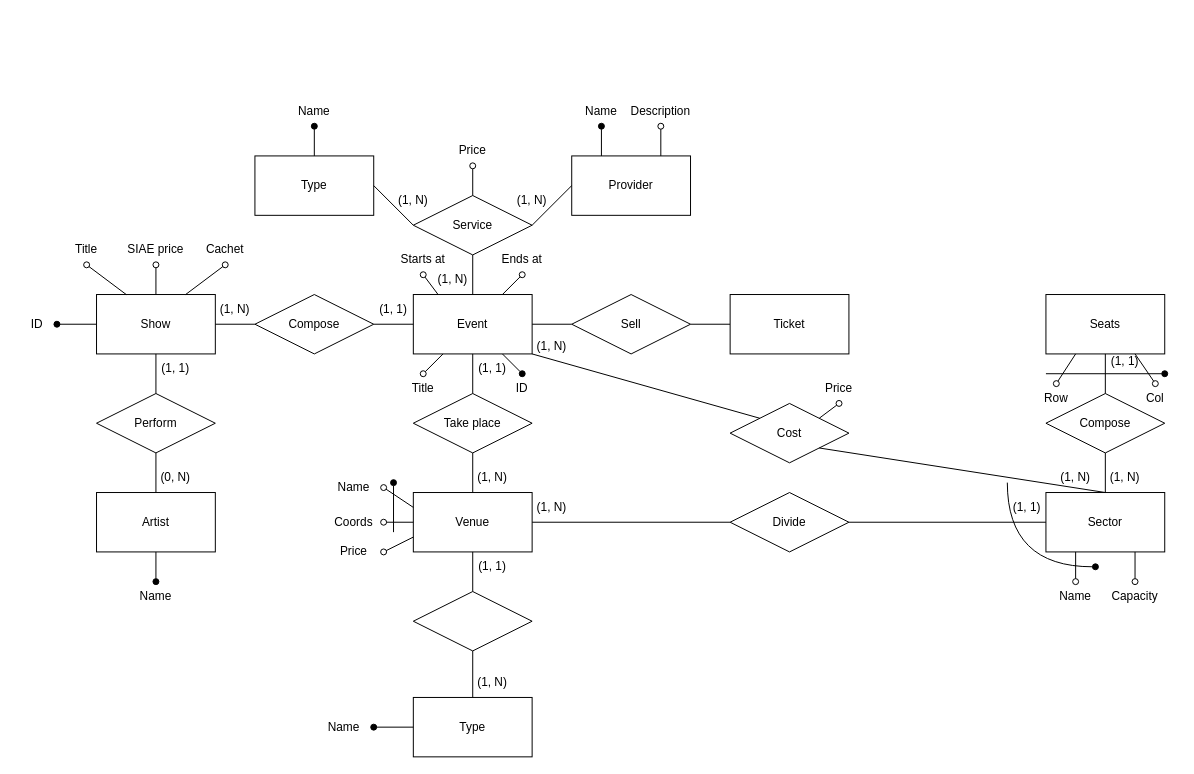
This is ERLuogo.drawio from lucat1/unibo_90107_progetto, a draw.io file, before an edit. Source tidied: cells renumbered, new cells numbered last; positions are measured from the earlier drawing's top-left corner, leaving out a move shared by most shapes. Both pictures are drawn from the tidied source at 99%, with x=0, y=0 at pixel (17, 96).
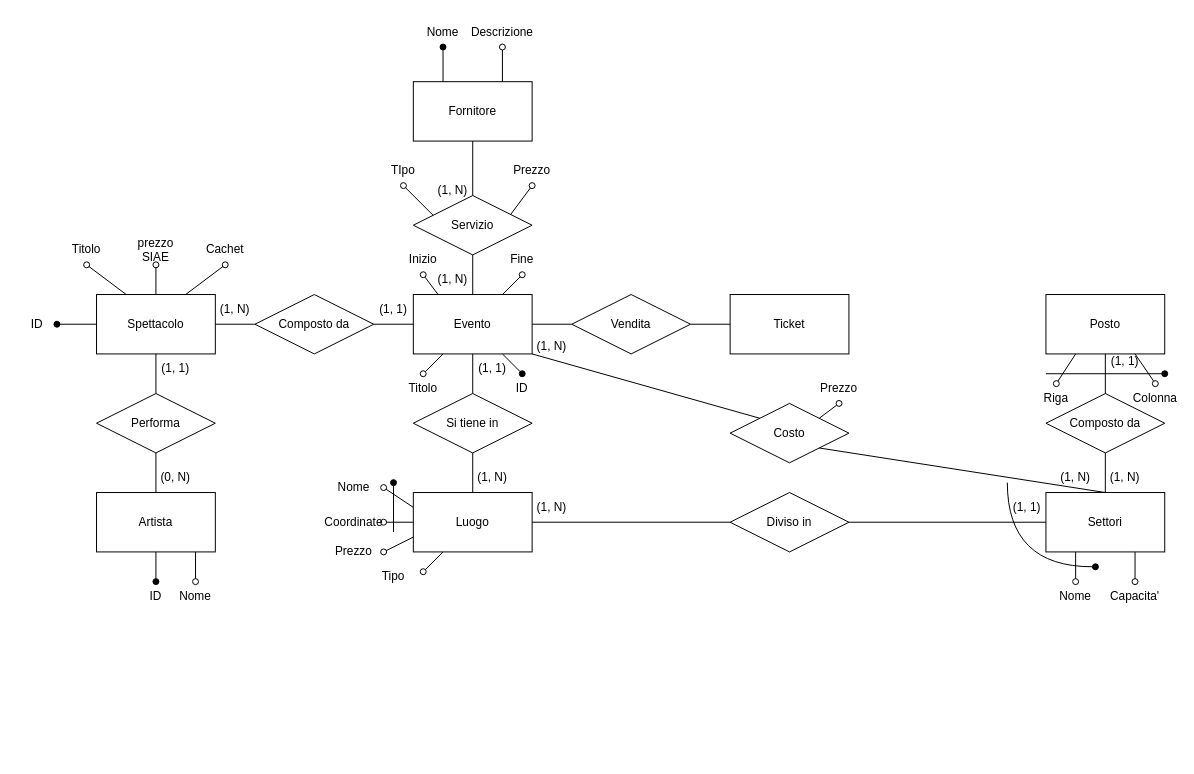
Above is the later version.

Change to the diagram source:
```diff
@@
-    <mxCell id="2" value="Event" style="rounded=0;whiteSpace=wrap;html=1;" parent="1" vertex="1">
+    <mxCell id="2" value="Evento" style="rounded=0;whiteSpace=wrap;html=1;" parent="1" vertex="1">
       <mxGeometry x="400" y="200" width="120" height="60" as="geometry" />
     </mxCell>
-    <mxCell id="3" value="&lt;div&gt;Show&lt;/div&gt;" style="rounded=0;whiteSpace=wrap;html=1;" parent="1" vertex="1">
+    <mxCell id="3" value="&lt;div&gt;Spettacolo&lt;/div&gt;" style="rounded=0;whiteSpace=wrap;html=1;" parent="1" vertex="1">
       <mxGeometry x="80" y="200" width="120" height="60" as="geometry" />
     </mxCell>
-    <mxCell id="4" value="&lt;div&gt;Artist&lt;/div&gt;" style="rounded=0;whiteSpace=wrap;html=1;" parent="1" vertex="1">
+    <mxCell id="4" value="&lt;div&gt;Artista&lt;/div&gt;" style="rounded=0;whiteSpace=wrap;html=1;" parent="1" vertex="1">
       <mxGeometry x="80" y="400" width="120" height="60" as="geometry" />
     </mxCell>
-    <mxCell id="5" value="Compose" style="rhombus;whiteSpace=wrap;html=1;" parent="1" vertex="1">
+    <mxCell id="5" value="Composto da" style="rhombus;whiteSpace=wrap;html=1;" parent="1" vertex="1">
       <mxGeometry x="240" y="200" width="120" height="60" as="geometry" />
     </mxCell>
-    <mxCell id="6" value="Perform" style="rhombus;whiteSpace=wrap;html=1;" parent="1" vertex="1">
+    <mxCell id="6" value="Performa" style="rhombus;whiteSpace=wrap;html=1;" parent="1" vertex="1">
       <mxGeometry x="80" y="300" width="120" height="60" as="geometry" />
     </mxCell>
@@
-    <mxCell id="13" value="Title" style="text;html=1;strokeColor=none;fillColor=none;align=center;verticalAlign=middle;whiteSpace=wrap;rounded=0;" parent="1" vertex="1">
+    <mxCell id="13" value="Titolo" style="text;html=1;strokeColor=none;fillColor=none;align=center;verticalAlign=middle;whiteSpace=wrap;rounded=0;" parent="1" vertex="1">
       <mxGeometry x="40" y="140" width="60" height="30" as="geometry" />
     </mxCell>
@@
-    <mxCell id="15" value="SIAE price" style="text;html=1;strokeColor=none;fillColor=none;align=center;verticalAlign=middle;whiteSpace=wrap;rounded=0;" parent="1" vertex="1">
+    <mxCell id="15" value="prezzo SIAE" style="text;html=1;strokeColor=none;fillColor=none;align=center;verticalAlign=middle;whiteSpace=wrap;rounded=0;" parent="1" vertex="1">
       <mxGeometry x="110" y="140" width="60" height="30" as="geometry" />
     </mxCell>
@@
-    <mxCell id="19" value="Name" style="text;html=1;strokeColor=none;fillColor=none;align=center;verticalAlign=middle;whiteSpace=wrap;rounded=0;" parent="1" vertex="1">
+    <mxCell id="19" value="ID" style="text;html=1;strokeColor=none;fillColor=none;align=center;verticalAlign=middle;whiteSpace=wrap;rounded=0;" parent="1" vertex="1">
       <mxGeometry x="110" y="490" width="60" height="30" as="geometry" />
     </mxCell>
@@
-    <mxCell id="23" value="Title" style="text;html=1;strokeColor=none;fillColor=none;align=center;verticalAlign=middle;whiteSpace=wrap;rounded=0;" parent="1" vertex="1">
+    <mxCell id="23" value="Titolo" style="text;html=1;strokeColor=none;fillColor=none;align=center;verticalAlign=middle;whiteSpace=wrap;rounded=0;" parent="1" vertex="1">
       <mxGeometry x="380" y="280" width="60" height="30" as="geometry" />
     </mxCell>
-    <mxCell id="24" value="&lt;div&gt;Starts at&lt;/div&gt;" style="text;html=1;strokeColor=none;fillColor=none;align=center;verticalAlign=middle;whiteSpace=wrap;rounded=0;" parent="1" vertex="1">
+    <mxCell id="24" value="&lt;div&gt;Inizio&lt;/div&gt;" style="text;html=1;strokeColor=none;fillColor=none;align=center;verticalAlign=middle;whiteSpace=wrap;rounded=0;" parent="1" vertex="1">
       <mxGeometry x="380" y="150" width="60" height="30" as="geometry" />
     </mxCell>
-    <mxCell id="25" value="Ends at" style="text;html=1;strokeColor=none;fillColor=none;align=center;verticalAlign=middle;whiteSpace=wrap;rounded=0;" parent="1" vertex="1">
+    <mxCell id="25" value="Fine" style="text;html=1;strokeColor=none;fillColor=none;align=center;verticalAlign=middle;whiteSpace=wrap;rounded=0;" parent="1" vertex="1">
       <mxGeometry x="480" y="150" width="60" height="30" as="geometry" />
     </mxCell>
@@
-    <mxCell id="29" value="Sell" style="rhombus;whiteSpace=wrap;html=1;" parent="1" vertex="1">
+    <mxCell id="29" value="Vendita" style="rhombus;whiteSpace=wrap;html=1;" parent="1" vertex="1">
       <mxGeometry x="560" y="200" width="120" height="60" as="geometry" />
     </mxCell>
-    <mxCell id="30" value="Seats" style="rounded=0;whiteSpace=wrap;html=1;" parent="1" vertex="1">
+    <mxCell id="30" value="Posto" style="rounded=0;whiteSpace=wrap;html=1;" parent="1" vertex="1">
       <mxGeometry x="1039" y="200" width="120" height="60" as="geometry" />
     </mxCell>
@@
-    <mxCell id="35" value="Row" style="text;html=1;strokeColor=none;fillColor=none;align=center;verticalAlign=middle;whiteSpace=wrap;rounded=0;" parent="1" vertex="1">
+    <mxCell id="35" value="Riga" style="text;html=1;strokeColor=none;fillColor=none;align=center;verticalAlign=middle;whiteSpace=wrap;rounded=0;" parent="1" vertex="1">
       <mxGeometry x="1030" y="290" width="39" height="30" as="geometry" />
     </mxCell>
-    <mxCell id="36" value="&lt;div&gt;Col&lt;/div&gt;" style="text;html=1;strokeColor=none;fillColor=none;align=center;verticalAlign=middle;whiteSpace=wrap;rounded=0;" parent="1" vertex="1">
+    <mxCell id="36" value="&lt;div&gt;Colonna&lt;/div&gt;" style="text;html=1;strokeColor=none;fillColor=none;align=center;verticalAlign=middle;whiteSpace=wrap;rounded=0;" parent="1" vertex="1">
       <mxGeometry x="1130" y="290" width="39" height="30" as="geometry" />
     </mxCell>
@@
-    <mxCell id="40" value="Provider" style="rounded=0;whiteSpace=wrap;html=1;" parent="1" vertex="1">
-      <mxGeometry x="560" y="60" width="120" height="60" as="geometry" />
+    <mxCell id="40" value="Fornitore" style="rounded=0;whiteSpace=wrap;html=1;" parent="1" vertex="1">
+      <mxGeometry x="400" y="-15" width="120" height="60" as="geometry" />
     </mxCell>
-    <mxCell id="41" value="Service" style="rhombus;whiteSpace=wrap;html=1;" parent="1" vertex="1">
+    <mxCell id="41" value="Servizio" style="rhombus;whiteSpace=wrap;html=1;" parent="1" vertex="1">
       <mxGeometry x="400" y="100" width="120" height="60" as="geometry" />
     </mxCell>
@@
-    <mxCell id="43" style="endArrow=none;html=1;rounded=0;entryX=1;entryY=0.5;entryDx=0;entryDy=0;exitX=0;exitY=0.5;exitDx=0;exitDy=0;" parent="1" edge="1" source="40" target="41">
+    <mxCell id="43" style="endArrow=none;html=1;rounded=0;entryX=0.5;entryY=0;entryDx=0;entryDy=0;exitX=0.5;exitY=1;exitDx=0;exitDy=0;" parent="1" edge="1" source="40" target="41">
       <mxGeometry relative="1" as="geometry" />
     </mxCell>
@@
-    <mxCell id="46" value="Venue" style="rounded=0;whiteSpace=wrap;html=1;" parent="1" vertex="1">
+    <mxCell id="46" value="Luogo" style="rounded=0;whiteSpace=wrap;html=1;" parent="1" vertex="1">
       <mxGeometry x="400" y="400" width="120" height="60" as="geometry" />
     </mxCell>
-    <mxCell id="47" value="Take place" style="rhombus;whiteSpace=wrap;html=1;" parent="1" vertex="1">
+    <mxCell id="47" value="Si tiene in" style="rhombus;whiteSpace=wrap;html=1;" parent="1" vertex="1">
       <mxGeometry x="400" y="300" width="120" height="60" as="geometry" />
     </mxCell>
@@
-    <mxCell id="50" value="Type" style="rounded=0;whiteSpace=wrap;html=1;" parent="1" vertex="1">
-      <mxGeometry x="400" y="607" width="120" height="60" as="geometry" />
-    </mxCell>
-    <mxCell id="51" style="rhombus;whiteSpace=wrap;html=1;" parent="1" vertex="1">
-      <mxGeometry x="400" y="500" width="120" height="60" as="geometry" />
-    </mxCell>
-    <mxCell id="52" style="endArrow=none;html=1;rounded=0;entryX=0.5;entryY=1;entryDx=0;entryDy=0;exitX=0.5;exitY=0;exitDx=0;exitDy=0;" parent="1" edge="1" source="51" target="46">
-      <mxGeometry relative="1" as="geometry" />
-    </mxCell>
-    <mxCell id="53" style="endArrow=none;html=1;rounded=0;exitX=0.5;exitY=0;exitDx=0;exitDy=0;entryX=0.5;entryY=1;entryDx=0;entryDy=0;" parent="1" edge="1" source="50" target="51">
-      <mxGeometry relative="1" as="geometry" />
-    </mxCell>
-    <mxCell id="54" value="&lt;div&gt;(1, 1)&lt;/div&gt;" style="text;html=1;strokeColor=none;fillColor=none;align=center;verticalAlign=middle;whiteSpace=wrap;rounded=0;" parent="1" vertex="1">
-      <mxGeometry x="450" y="460" width="60" height="30" as="geometry" />
-    </mxCell>
@@
-    <mxCell id="57" value="&lt;div&gt;(1, N)&lt;/div&gt;" style="text;html=1;strokeColor=none;fillColor=none;align=center;verticalAlign=middle;whiteSpace=wrap;rounded=0;" parent="1" vertex="1">
-      <mxGeometry x="450" y="577" width="60" height="30" as="geometry" />
-    </mxCell>
-    <mxCell id="58" value="Sector" style="rounded=0;whiteSpace=wrap;html=1;" parent="1" vertex="1">
+    <mxCell id="58" value="Settori" style="rounded=0;whiteSpace=wrap;html=1;" parent="1" vertex="1">
       <mxGeometry x="1039" y="400" width="120" height="60" as="geometry" />
     </mxCell>
-    <mxCell id="59" value="Divide" style="rhombus;whiteSpace=wrap;html=1;" parent="1" vertex="1">
+    <mxCell id="59" value="Diviso in" style="rhombus;whiteSpace=wrap;html=1;" parent="1" vertex="1">
       <mxGeometry x="720" y="400" width="120" height="60" as="geometry" />
     </mxCell>
@@
-    <mxCell id="64" value="Cost" style="rhombus;whiteSpace=wrap;html=1;" parent="1" vertex="1">
+    <mxCell id="64" value="Costo" style="rhombus;whiteSpace=wrap;html=1;" parent="1" vertex="1">
       <mxGeometry x="720" y="310" width="120" height="60" as="geometry" />
     </mxCell>
@@
-    <mxCell id="67" value="Price" style="text;html=1;strokeColor=none;fillColor=none;align=center;verticalAlign=middle;whiteSpace=wrap;rounded=0;" parent="1" vertex="1">
+    <mxCell id="67" value="Prezzo" style="text;html=1;strokeColor=none;fillColor=none;align=center;verticalAlign=middle;whiteSpace=wrap;rounded=0;" parent="1" vertex="1">
       <mxGeometry x="800" y="280" width="60" height="30" as="geometry" />
     </mxCell>
@@
-    <mxCell id="69" value="Compose" style="rhombus;whiteSpace=wrap;html=1;" parent="1" vertex="1">
+    <mxCell id="69" value="Composto da" style="rhombus;whiteSpace=wrap;html=1;" parent="1" vertex="1">
       <mxGeometry x="1039" y="300" width="120" height="60" as="geometry" />
     </mxCell>
@@
-    <mxCell id="76" value="Name" style="text;html=1;strokeColor=none;fillColor=none;align=center;verticalAlign=middle;whiteSpace=wrap;rounded=0;" parent="1" vertex="1">
+    <mxCell id="76" value="Nome" style="text;html=1;strokeColor=none;fillColor=none;align=center;verticalAlign=middle;whiteSpace=wrap;rounded=0;" parent="1" vertex="1">
       <mxGeometry x="310" y="380" width="60" height="30" as="geometry" />
     </mxCell>
-    <mxCell id="77" value="Coords" style="text;html=1;strokeColor=none;fillColor=none;align=center;verticalAlign=middle;whiteSpace=wrap;rounded=0;" parent="1" vertex="1">
+    <mxCell id="77" value="Coordinate" style="text;html=1;strokeColor=none;fillColor=none;align=center;verticalAlign=middle;whiteSpace=wrap;rounded=0;" parent="1" vertex="1">
       <mxGeometry x="310" y="415" width="60" height="30" as="geometry" />
     </mxCell>
-    <mxCell id="78" value="Price" style="text;html=1;strokeColor=none;fillColor=none;align=center;verticalAlign=middle;whiteSpace=wrap;rounded=0;" parent="1" vertex="1">
+    <mxCell id="78" value="Prezzo" style="text;html=1;strokeColor=none;fillColor=none;align=center;verticalAlign=middle;whiteSpace=wrap;rounded=0;" parent="1" vertex="1">
       <mxGeometry x="310" y="445" width="60" height="30" as="geometry" />
     </mxCell>
@@
-    <mxCell id="83" value="Name" style="text;html=1;strokeColor=none;fillColor=none;align=center;verticalAlign=middle;whiteSpace=wrap;rounded=0;" parent="1" vertex="1">
+    <mxCell id="83" value="Nome" style="text;html=1;strokeColor=none;fillColor=none;align=center;verticalAlign=middle;whiteSpace=wrap;rounded=0;" parent="1" vertex="1">
       <mxGeometry x="1039" y="490" width="60" height="30" as="geometry" />
     </mxCell>
-    <mxCell id="84" value="Capacity" style="text;html=1;strokeColor=none;fillColor=none;align=center;verticalAlign=middle;whiteSpace=wrap;rounded=0;" parent="1" vertex="1">
+    <mxCell id="84" value="Capacita'" style="text;html=1;strokeColor=none;fillColor=none;align=center;verticalAlign=middle;whiteSpace=wrap;rounded=0;" parent="1" vertex="1">
       <mxGeometry x="1099" y="490" width="60" height="30" as="geometry" />
     </mxCell>
@@
-    <mxCell id="90" value="Name" style="text;html=1;strokeColor=none;fillColor=none;align=center;verticalAlign=middle;whiteSpace=wrap;rounded=0;" parent="1" vertex="1">
-      <mxGeometry x="300" y="622" width="60" height="30" as="geometry" />
-    </mxCell>
-    <mxCell id="91" style="endArrow=oval;html=1;rounded=0;exitX=0;exitY=0.5;exitDx=0;exitDy=0;entryX=1;entryY=0.5;entryDx=0;entryDy=0;endFill=1;" parent="1" edge="1" source="50" target="90">
-      <mxGeometry relative="1" as="geometry" />
-    </mxCell>
-    <mxCell id="92" value="Type" style="rounded=0;whiteSpace=wrap;html=1;" parent="1" vertex="1">
-      <mxGeometry x="240" y="60" width="120" height="60" as="geometry" />
-    </mxCell>
-    <mxCell id="93" style="endArrow=none;html=1;rounded=0;exitX=1;exitY=0.5;exitDx=0;exitDy=0;entryX=0;entryY=0.5;entryDx=0;entryDy=0;" parent="1" edge="1" source="92" target="41">
-      <mxGeometry relative="1" as="geometry" />
-    </mxCell>
-    <mxCell id="94" value="Name" style="text;html=1;strokeColor=none;fillColor=none;align=center;verticalAlign=middle;whiteSpace=wrap;rounded=0;" parent="1" vertex="1">
-      <mxGeometry x="270" width="60" height="30" as="geometry" />
-    </mxCell>
-    <mxCell id="95" style="endArrow=oval;html=1;rounded=0;exitX=0.5;exitY=0;exitDx=0;exitDy=0;entryX=0.5;entryY=1;entryDx=0;entryDy=0;endFill=1;" parent="1" edge="1" source="92" target="94">
-      <mxGeometry relative="1" as="geometry" />
-    </mxCell>
-    <mxCell id="96" value="Description" style="text;html=1;strokeColor=none;fillColor=none;align=center;verticalAlign=middle;whiteSpace=wrap;rounded=0;" parent="1" vertex="1">
-      <mxGeometry x="620" width="60" height="30" as="geometry" />
+    <mxCell id="96" value="Descrizione" style="text;html=1;strokeColor=none;fillColor=none;align=center;verticalAlign=middle;whiteSpace=wrap;rounded=0;" parent="1" vertex="1">
+      <mxGeometry x="460" y="-80" width="60" height="30" as="geometry" />
     </mxCell>
@@
-    <mxCell id="98" value="Name" style="text;html=1;strokeColor=none;fillColor=none;align=center;verticalAlign=middle;whiteSpace=wrap;rounded=0;" parent="1" vertex="1">
-      <mxGeometry x="560" width="60" height="30" as="geometry" />
+    <mxCell id="98" value="Nome" style="text;html=1;strokeColor=none;fillColor=none;align=center;verticalAlign=middle;whiteSpace=wrap;rounded=0;" parent="1" vertex="1">
+      <mxGeometry x="400" y="-80" width="60" height="30" as="geometry" />
     </mxCell>
-    <mxCell id="99" value="Price" style="text;html=1;strokeColor=none;fillColor=none;align=center;verticalAlign=middle;whiteSpace=wrap;rounded=0;" parent="1" vertex="1">
-      <mxGeometry x="430" y="40" width="60" height="30" as="geometry" />
+    <mxCell id="99" value="Prezzo" style="text;html=1;strokeColor=none;fillColor=none;align=center;verticalAlign=middle;whiteSpace=wrap;rounded=0;" parent="1" vertex="1">
+      <mxGeometry x="490" y="60" width="60" height="30" as="geometry" />
     </mxCell>
-    <mxCell id="100" style="endArrow=oval;html=1;rounded=0;exitX=0.5;exitY=0;exitDx=0;exitDy=0;entryX=0.5;entryY=1;entryDx=0;entryDy=0;endFill=0;" parent="1" edge="1" source="41" target="99">
+    <mxCell id="100" style="endArrow=oval;html=1;rounded=0;exitX=0.819;exitY=0.32;exitDx=0;exitDy=0;entryX=0.5;entryY=1;entryDx=0;entryDy=0;endFill=0;exitPerimeter=0;" parent="1" edge="1" source="41" target="99">
       <mxGeometry relative="1" as="geometry" />
     </mxCell>
-    <mxCell id="101" value="(1, N)" style="text;html=1;strokeColor=none;fillColor=none;align=center;verticalAlign=middle;whiteSpace=wrap;rounded=0;" parent="1" vertex="1">
-      <mxGeometry x="370" y="90" width="60" height="30" as="geometry" />
-    </mxCell>
     <mxCell id="102" value="(1, N)" style="text;html=1;strokeColor=none;fillColor=none;align=center;verticalAlign=middle;whiteSpace=wrap;rounded=0;" parent="1" vertex="1">
-      <mxGeometry x="490" y="90" width="60" height="30" as="geometry" />
+      <mxGeometry x="410" y="80" width="60" height="30" as="geometry" />
     </mxCell>
@@
+    <mxCell id="104" style="endArrow=oval;html=1;rounded=0;endFill=0;exitX=0.25;exitY=1;exitDx=0;exitDy=0;" parent="1" edge="1" source="46">
+      <mxGeometry relative="1" as="geometry">
+        <mxPoint x="410" y="480" as="targetPoint" />
+      </mxGeometry>
+    </mxCell>
+    <mxCell id="105" value="Tipo" style="text;html=1;strokeColor=none;fillColor=none;align=center;verticalAlign=middle;whiteSpace=wrap;rounded=0;" parent="1" vertex="1">
+      <mxGeometry x="350" y="470" width="60" height="30" as="geometry" />
+    </mxCell>
+    <mxCell id="106" value="TIpo" style="text;html=1;strokeColor=none;fillColor=none;align=center;verticalAlign=middle;whiteSpace=wrap;rounded=0;" parent="1" vertex="1">
+      <mxGeometry x="360" y="60" width="60" height="30" as="geometry" />
+    </mxCell>
+    <mxCell id="107" style="endArrow=oval;html=1;rounded=0;exitX=0.5;exitY=0;exitDx=0;exitDy=0;entryX=0.5;entryY=1;entryDx=0;entryDy=0;endFill=0;" parent="1" edge="1" target="106">
+      <mxGeometry relative="1" as="geometry">
+        <mxPoint x="420" y="120" as="sourcePoint" />
+      </mxGeometry>
+    </mxCell>
+    <mxCell id="108" value="Nome" style="text;html=1;strokeColor=none;fillColor=none;align=center;verticalAlign=middle;whiteSpace=wrap;rounded=0;" parent="1" vertex="1">
+      <mxGeometry x="150" y="490" width="60" height="30" as="geometry" />
+    </mxCell>
+    <mxCell id="109" style="endArrow=oval;html=1;rounded=0;exitX=0.5;exitY=1;exitDx=0;exitDy=0;entryX=0.5;entryY=0;entryDx=0;entryDy=0;endFill=0;" parent="1" edge="1" target="108">
+      <mxGeometry relative="1" as="geometry">
+        <mxPoint x="180" y="460" as="sourcePoint" />
+      </mxGeometry>
+    </mxCell>
```
